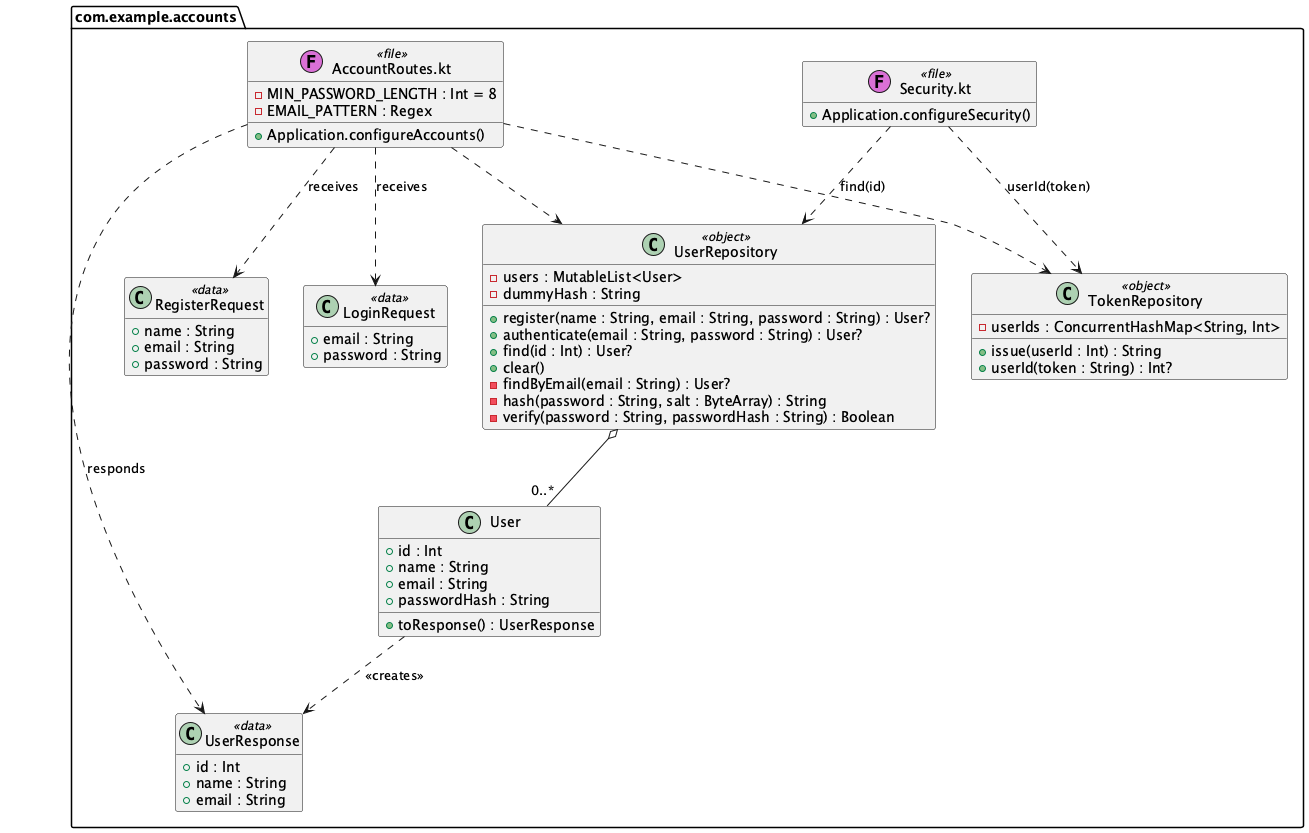
Before: docs/diagrams/class-accounts.png, a diagram exported from PlantUML (Rent-a-car-38291/rent-a-car).
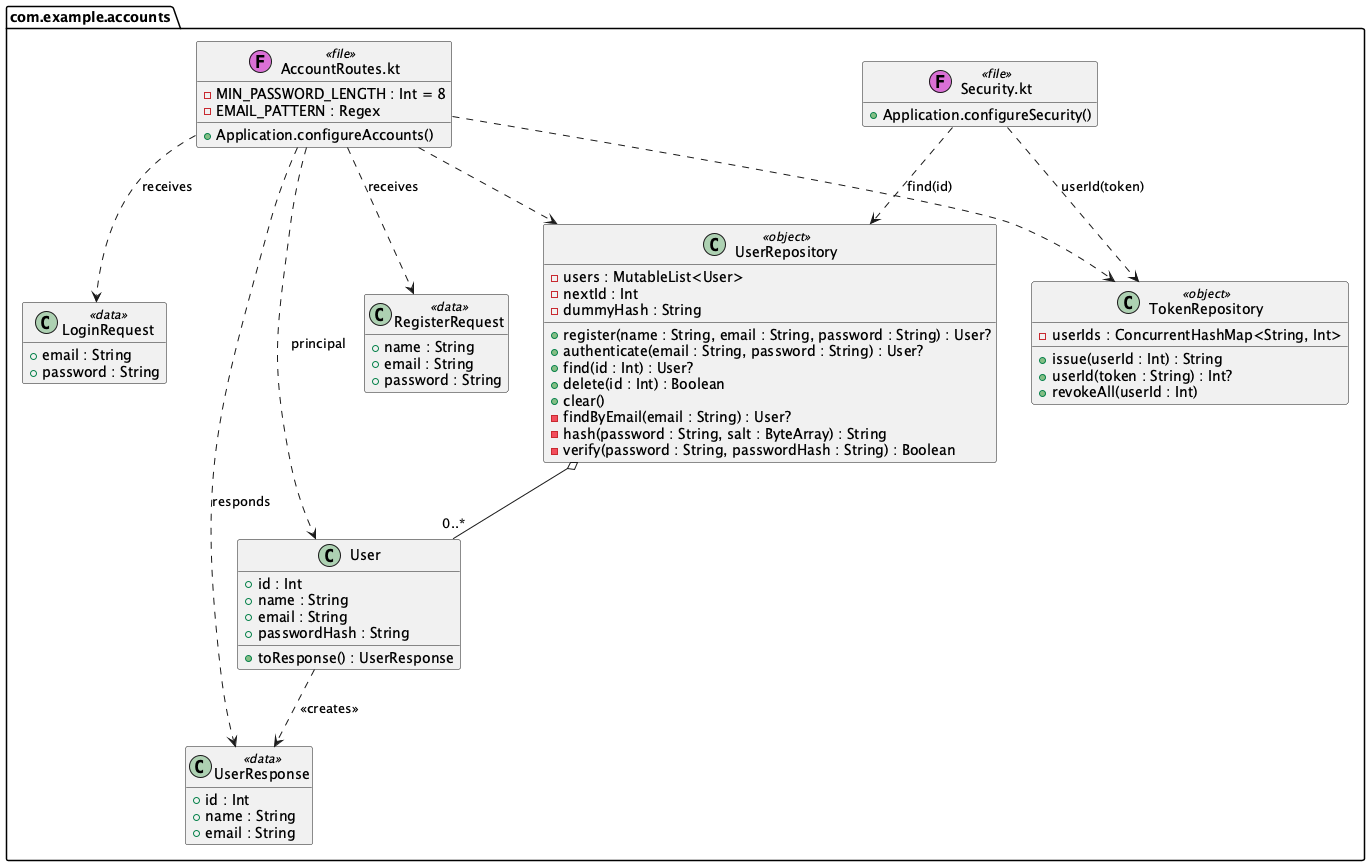
After the change.

Commit message:
feat: add DELETE /accounts/{id} to delete your own account (#28)

Change to the diagram source:
```diff
@@ -34,10 +34,12 @@
   }
   class UserRepository <<object>> {
     - users : MutableList<User>
+    - nextId : Int
     - dummyHash : String
     + register(name : String, email : String, password : String) : User?
     + authenticate(email : String, password : String) : User?
     + find(id : Int) : User?
+    + delete(id : Int) : Boolean
     + clear()
     - findByEmail(email : String) : User?
     - hash(password : String, salt : ByteArray) : String
@@ -47,6 +49,7 @@
     - userIds : ConcurrentHashMap<String, Int>
     + issue(userId : Int) : String
     + userId(token : String) : Int?
+    + revokeAll(userId : Int)
   }
 }
 
@@ -55,6 +58,7 @@
 AccountRoutes ..> RegisterRequest : receives
 AccountRoutes ..> LoginRequest : receives
 AccountRoutes ..> UserResponse : responds
+AccountRoutes ..> User : principal
 AccountRoutes ..> UserRepository
 AccountRoutes ..> TokenRepository
 Security ..> TokenRepository : userId(token)
```
